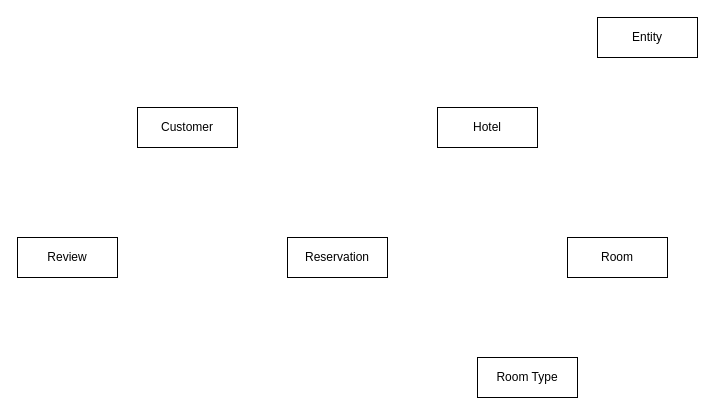
The draw.io diagram diagrams/hotel-entity.drawio in susbiswas/njit-dbms-project1, before the edit. Source tidied: cells renumbered, new cells numbered last; positions are measured from the earlier drawing's top-left corner, leaving out a move shared by most shapes. Both pictures are drawn from the tidied source at 100%, with x=0, y=0 at pixel (17, 17).
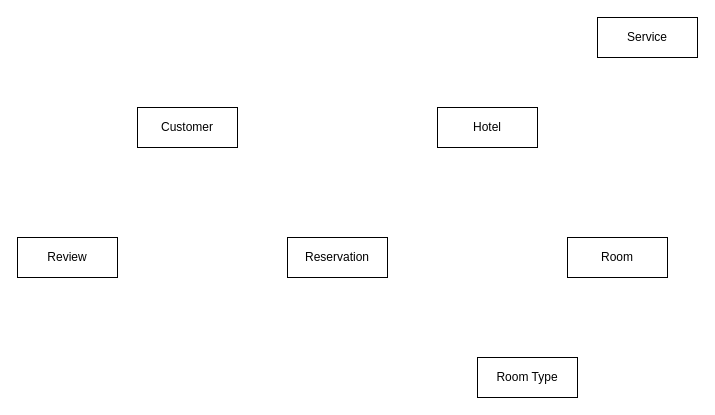
The same page after the edit.

Diff of the diagram source:
```diff
@@
 <mxGraphModel>
   <root>
     <mxCell id="0" />
     <mxCell id="1" parent="0" />
     <mxCell id="2" value="Customer" style="whiteSpace=wrap;html=1;align=center;" parent="1" vertex="1">
       <mxGeometry x="120" y="90" width="100" height="40" as="geometry" />
     </mxCell>
     <mxCell id="3" value="Room" style="whiteSpace=wrap;html=1;align=center;" parent="1" vertex="1">
       <mxGeometry x="550" y="220" width="100" height="40" as="geometry" />
     </mxCell>
     <mxCell id="4" value="Hotel" style="whiteSpace=wrap;html=1;align=center;" parent="1" vertex="1">
       <mxGeometry x="420" y="90" width="100" height="40" as="geometry" />
     </mxCell>
     <mxCell id="5" value="Reservation" style="whiteSpace=wrap;html=1;align=center;" parent="1" vertex="1">
       <mxGeometry x="270" y="220" width="100" height="40" as="geometry" />
     </mxCell>
     <mxCell id="6" value="Review" style="whiteSpace=wrap;html=1;align=center;" parent="1" vertex="1">
       <mxGeometry y="220" width="100" height="40" as="geometry" />
     </mxCell>
     <mxCell id="7" value="Room Type" style="whiteSpace=wrap;html=1;align=center;" parent="1" vertex="1">
       <mxGeometry x="460" y="340" width="100" height="40" as="geometry" />
     </mxCell>
-    <mxCell id="8" value="Entity" style="whiteSpace=wrap;html=1;align=center;" parent="1" vertex="1">
+    <mxCell id="8" value="Service" style="whiteSpace=wrap;html=1;align=center;" parent="1" vertex="1">
       <mxGeometry x="580" width="100" height="40" as="geometry" />
     </mxCell>
   </root>
 </mxGraphModel>
```
